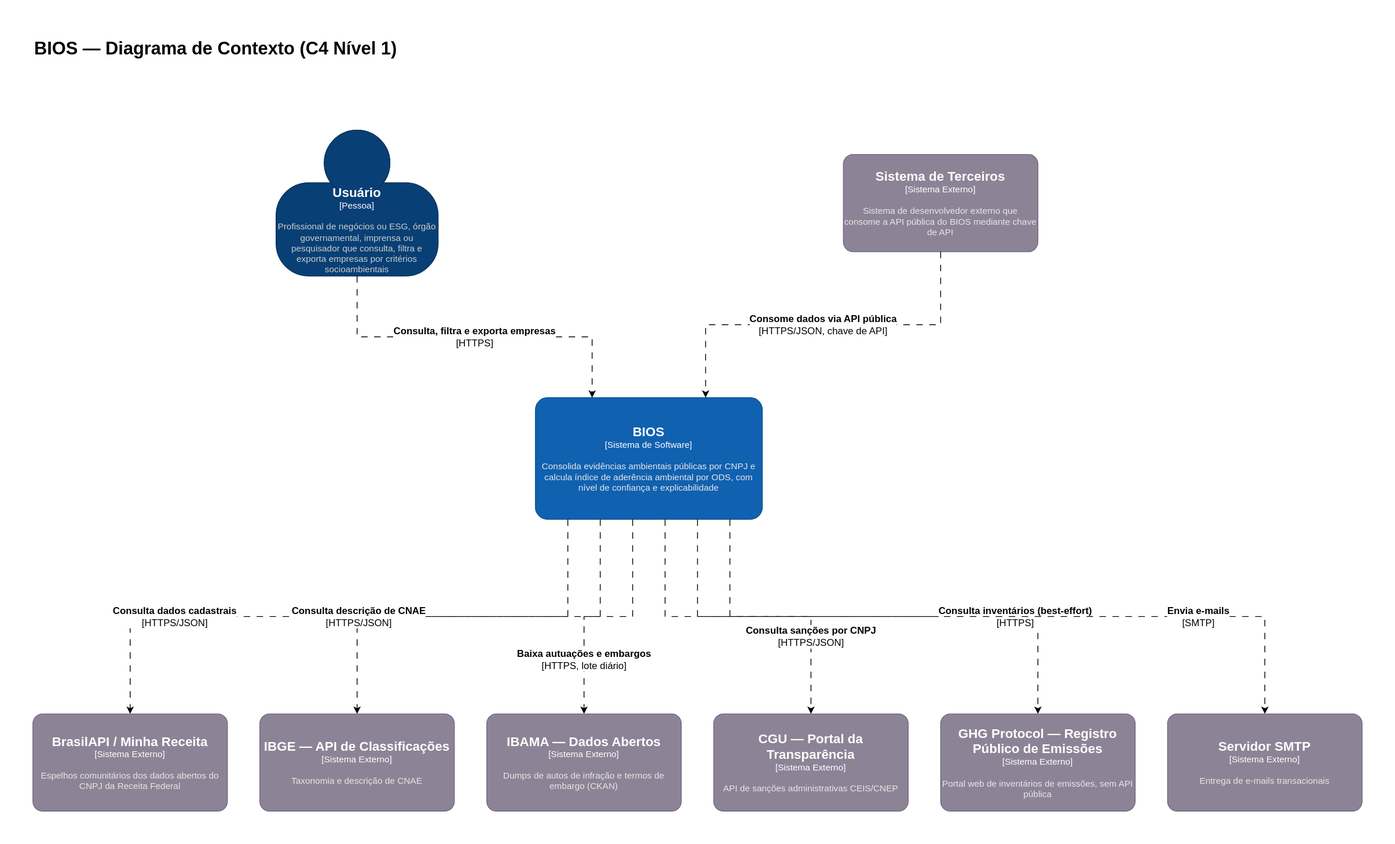
This is assets/diagrams/images/bios-context.svg from odavibatista/bios-docs, a draw.io export, as it was before one commit. Source tidied: cells renumbered, new cells last; positions are measured from the earlier drawing's top-left corner, leaving out a move shared by most shapes.
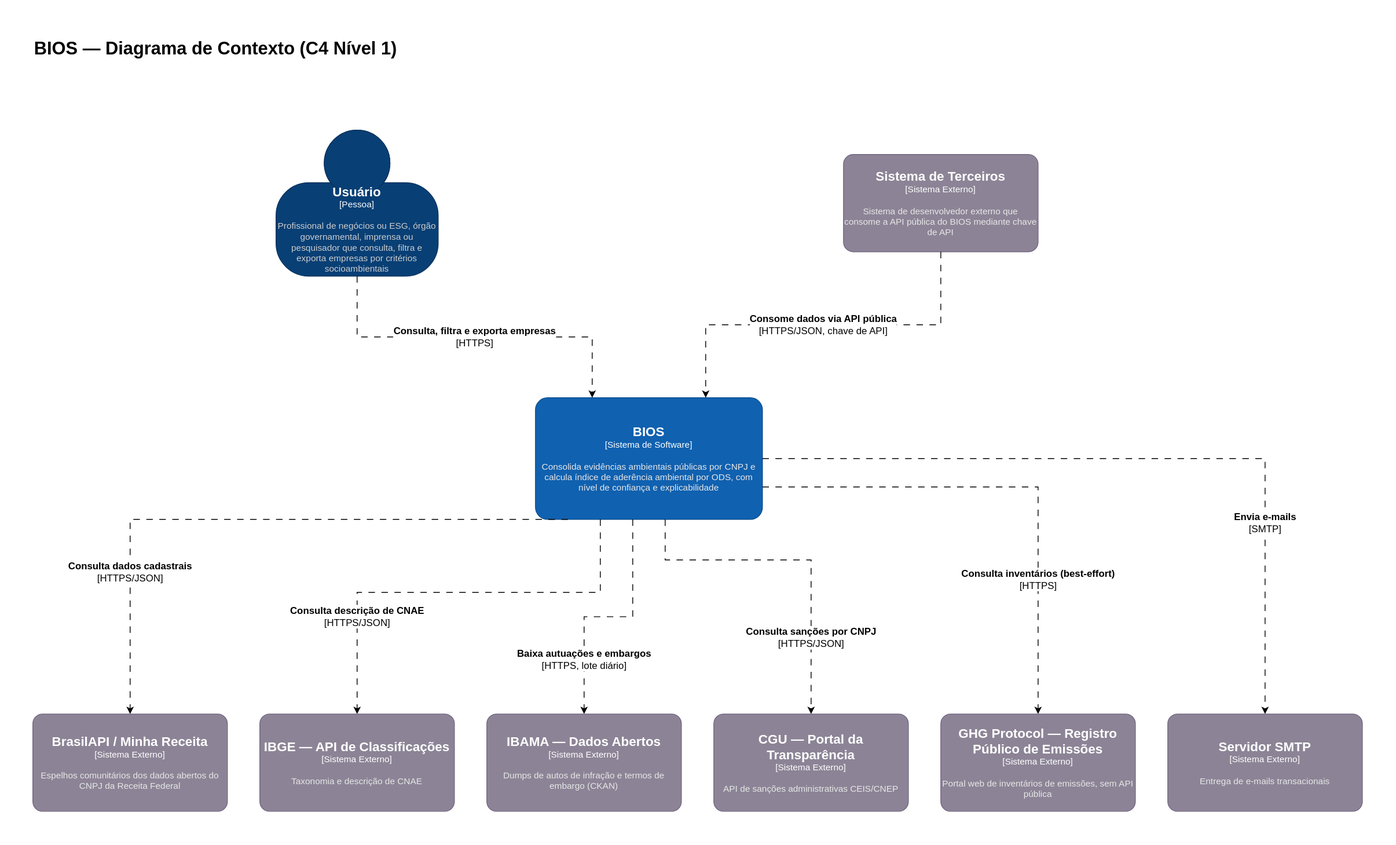
Above is the later version.

Commit message:
chore(diagrams): update dos diagramas c4

The edit, as a diff of the source:
```diff
@@ -57,22 +57,44 @@
       <mxGeometry relative="1" as="geometry" />
     </mxCell>
     <mxCell id="14" value="&lt;b&gt;Consulta dados cadastrais&lt;/b&gt;&lt;div&gt;[HTTPS/JSON]&lt;/div&gt;" style="edgeStyle=orthogonalEdgeStyle;rounded=0;jettySize=auto;html=1;dashed=1;dashPattern=8 8;fontSize=12;labelBackgroundColor=default;endArrow=classic;endFill=1;exitX=0.1429;exitY=1;exitDx=0;exitDy=0;entryX=0.5;entryY=0;entryDx=0;entryDy=0;" parent="1" edge="1" source="5" target="6">
-      <mxGeometry x="0.55" relative="1" as="geometry" />
+      <mxGeometry x="0.55" relative="1" as="geometry">
+        <Array as="points">
+          <mxPoint x="120" y="600" />
+        </Array>
+      </mxGeometry>
     </mxCell>
     <mxCell id="15" value="&lt;b&gt;Consulta descrição de CNAE&lt;/b&gt;&lt;div&gt;[HTTPS/JSON]&lt;/div&gt;" style="edgeStyle=orthogonalEdgeStyle;rounded=0;jettySize=auto;html=1;dashed=1;dashPattern=8 8;fontSize=12;labelBackgroundColor=default;endArrow=classic;endFill=1;exitX=0.2857;exitY=1;exitDx=0;exitDy=0;entryX=0.5;entryY=0;entryDx=0;entryDy=0;" parent="1" edge="1" source="5" target="7">
-      <mxGeometry x="0.55" relative="1" as="geometry" />
+      <mxGeometry x="0.56" relative="1" as="geometry">
+        <Array as="points">
+          <mxPoint x="700" y="690" />
+          <mxPoint x="400" y="690" />
+        </Array>
+      </mxGeometry>
     </mxCell>
     <mxCell id="16" value="&lt;b&gt;Baixa autuações e embargos&lt;/b&gt;&lt;div&gt;[HTTPS, lote diário]&lt;/div&gt;" style="edgeStyle=orthogonalEdgeStyle;rounded=0;jettySize=auto;html=1;dashed=1;dashPattern=8 8;fontSize=12;labelBackgroundColor=default;endArrow=classic;endFill=1;exitX=0.4286;exitY=1;exitDx=0;exitDy=0;entryX=0.5;entryY=0;entryDx=0;entryDy=0;" parent="1" edge="1" source="5" target="8">
       <mxGeometry x="0.55" relative="1" as="geometry" />
     </mxCell>
     <mxCell id="17" value="&lt;b&gt;Consulta sanções por CNPJ&lt;/b&gt;&lt;div&gt;[HTTPS/JSON]&lt;/div&gt;" style="edgeStyle=orthogonalEdgeStyle;rounded=0;jettySize=auto;html=1;dashed=1;dashPattern=8 8;fontSize=12;labelBackgroundColor=default;endArrow=classic;endFill=1;exitX=0.5714;exitY=1;exitDx=0;exitDy=0;entryX=0.5;entryY=0;entryDx=0;entryDy=0;" parent="1" edge="1" source="5" target="9">
-      <mxGeometry x="0.55" relative="1" as="geometry" />
+      <mxGeometry x="0.55" relative="1" as="geometry">
+        <Array as="points">
+          <mxPoint x="780" y="650" />
+          <mxPoint x="960" y="650" />
+        </Array>
+      </mxGeometry>
     </mxCell>
-    <mxCell id="18" value="&lt;b&gt;Consulta inventários (best-effort)&lt;/b&gt;&lt;div&gt;[HTTPS]&lt;/div&gt;" style="edgeStyle=orthogonalEdgeStyle;rounded=0;jettySize=auto;html=1;dashed=1;dashPattern=8 8;fontSize=12;labelBackgroundColor=default;endArrow=classic;endFill=1;exitX=0.7143;exitY=1;exitDx=0;exitDy=0;entryX=0.5;entryY=0;entryDx=0;entryDy=0;" parent="1" edge="1" source="5" target="10">
-      <mxGeometry x="0.55" relative="1" as="geometry" />
+    <mxCell id="18" value="&lt;b&gt;Consulta inventários (best-effort)&lt;/b&gt;&lt;div&gt;[HTTPS]&lt;/div&gt;" style="edgeStyle=orthogonalEdgeStyle;rounded=0;jettySize=auto;html=1;dashed=1;dashPattern=8 8;fontSize=12;labelBackgroundColor=default;endArrow=classic;endFill=1;entryX=0.5;entryY=0;entryDx=0;entryDy=0;" parent="1" edge="1" source="5" target="10">
+      <mxGeometry x="0.46" relative="1" as="geometry">
+        <Array as="points">
+          <mxPoint x="1240" y="560" />
+        </Array>
+      </mxGeometry>
     </mxCell>
-    <mxCell id="19" value="&lt;b&gt;Envia e-mails&lt;/b&gt;&lt;div&gt;[SMTP]&lt;/div&gt;" style="edgeStyle=orthogonalEdgeStyle;rounded=0;jettySize=auto;html=1;dashed=1;dashPattern=8 8;fontSize=12;labelBackgroundColor=default;endArrow=classic;endFill=1;exitX=0.8571;exitY=1;exitDx=0;exitDy=0;entryX=0.5;entryY=0;entryDx=0;entryDy=0;" parent="1" edge="1" source="5" target="11">
-      <mxGeometry x="0.55" relative="1" as="geometry" />
+    <mxCell id="19" value="&lt;b&gt;Envia e-mails&lt;/b&gt;&lt;div&gt;[SMTP]&lt;/div&gt;" style="edgeStyle=orthogonalEdgeStyle;rounded=0;jettySize=auto;html=1;dashed=1;dashPattern=8 8;fontSize=12;labelBackgroundColor=default;endArrow=classic;endFill=1;exitX=1;exitY=0.5;exitDx=0;exitDy=0;entryX=0.5;entryY=0;entryDx=0;entryDy=0;exitPerimeter=0;" parent="1" edge="1" source="5" target="11">
+      <mxGeometry x="0.5" relative="1" as="geometry">
+        <Array as="points">
+          <mxPoint x="1520" y="525" />
+        </Array>
+      </mxGeometry>
     </mxCell>
   </root>
 </mxGraphModel>
```
